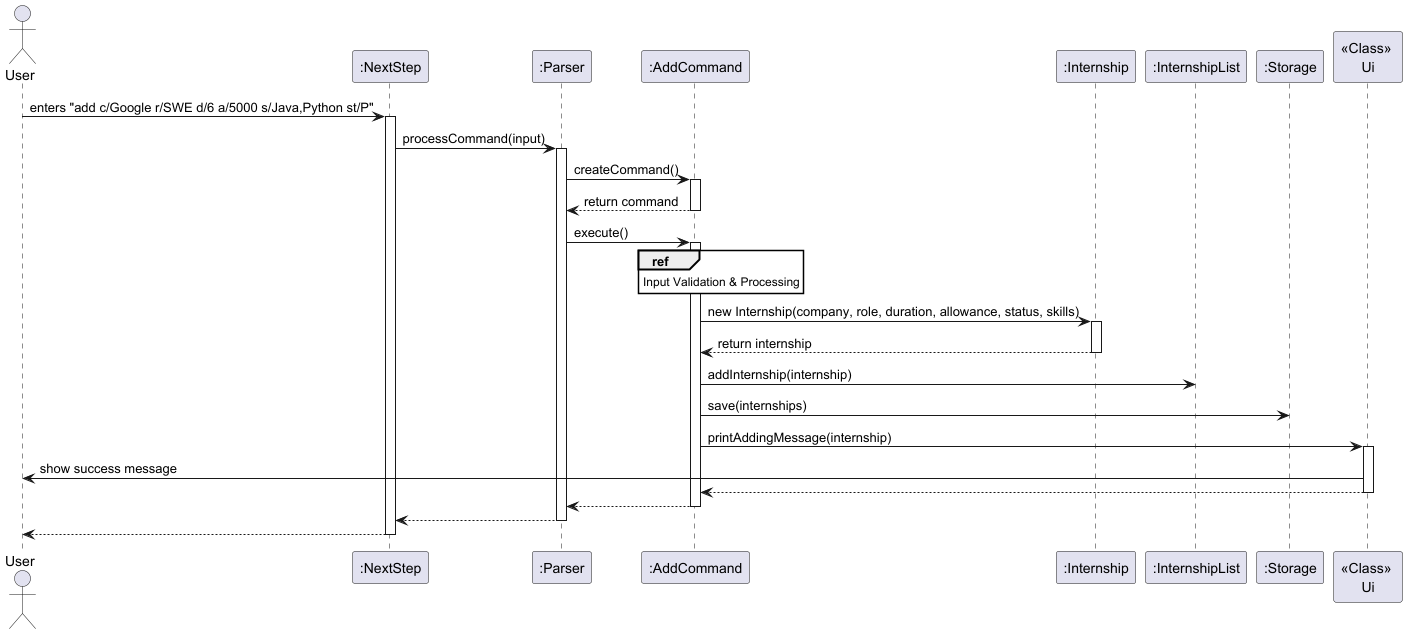
The PlantUML diagram docs/images/addCommandSequence.png in xyanjun02/tp, before a commit.
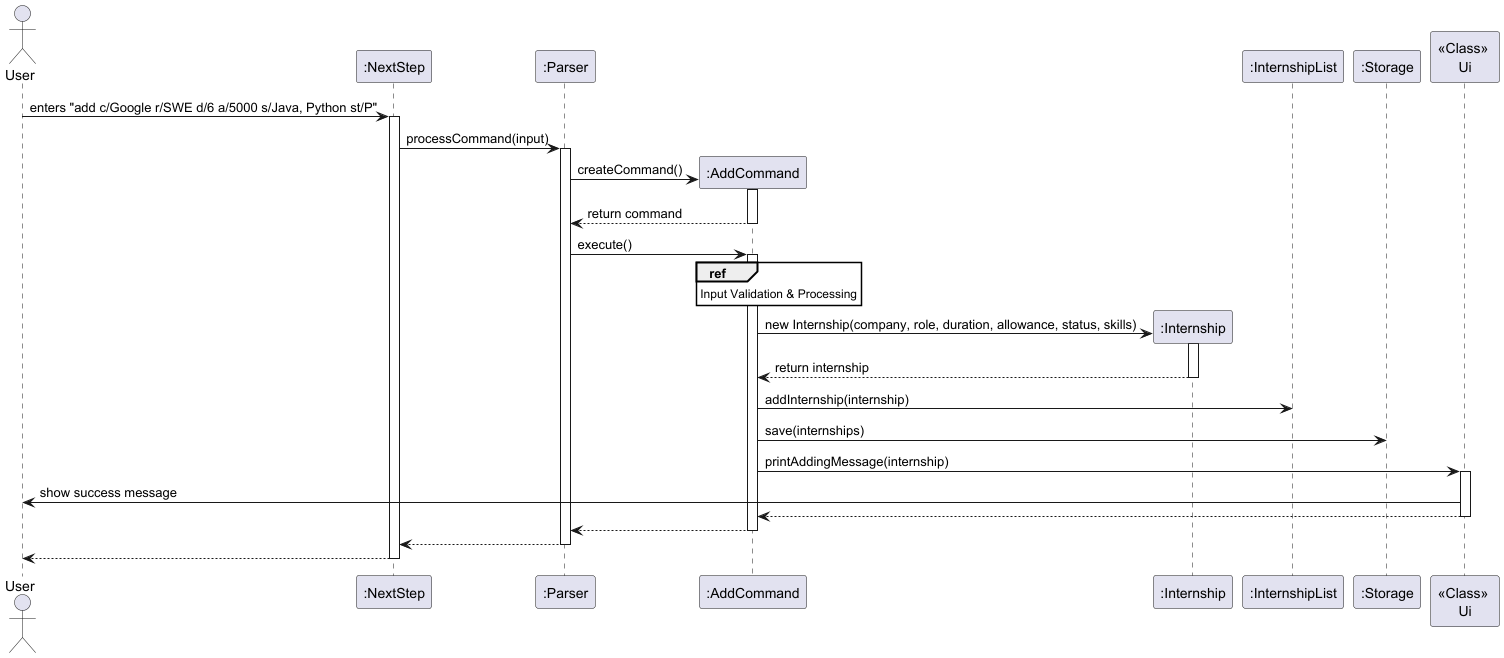
The same diagram one commit later.

Change to the diagram source:
```diff
@@ -9,12 +9,13 @@
 participant "<<Class>> \nUi" as Ui
 skinparam sequenceReferenceBackgroundColor white
 
-User -> NextStep : enters "add c/Google r/SWE d/6 a/5000 s/Java,Python st/P"
+User -> NextStep : enters "add c/Google r/SWE d/6 a/5000 s/Java, Python st/P"
 activate NextStep
 
 NextStep -> Parser : processCommand(input)
 activate Parser
 
+create AddCommand
 Parser -> AddCommand : createCommand()
 activate AddCommand
 AddCommand --> Parser : return command
@@ -27,6 +28,7 @@
   Input Validation & Processing
 end ref
 
+create Internship
 AddCommand -> Internship : new Internship(company, role, duration, allowance, status, skills)
 activate Internship
 Internship --> AddCommand : return internship
```
